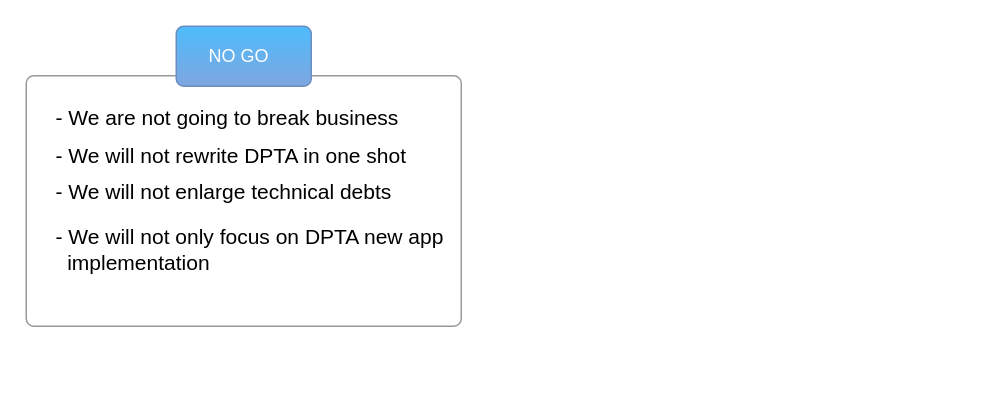
Above: Untitled Diagram.drawio in zhangcaixia0526/zhangcaixia (draw.io), before the change. Source tidied: cells renumbered, new cells numbered last; positions are measured from the earlier drawing's top-left corner, leaving out a move shared by most shapes. Both pictures are drawn from the tidied source at 150%, with x=0, y=0 at pixel (26, 26).
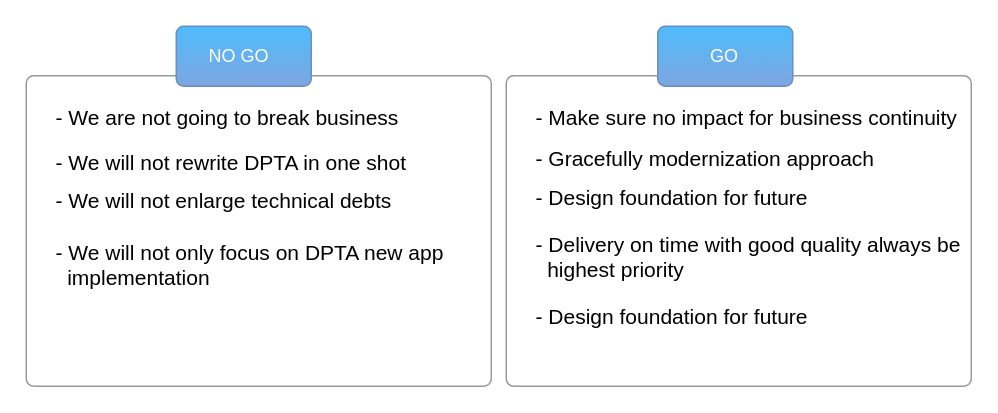
The same diagram, later.

The edit, as a diff of the source:
```diff
@@
 <mxGraphModel>
   <root>
     <mxCell id="0" />
     <mxCell id="1" parent="0" />
     <mxCell id="2" style="html=1;shadow=0;dashed=0;shape=mxgraph.bootstrap.rrect;rSize=5;fillColor=#ffffff;strokeColor=#999999;" parent="1" vertex="1">
-      <mxGeometry y="33" width="290" height="167" as="geometry" />
+      <mxGeometry y="33" width="310" height="207" as="geometry" />
     </mxCell>
     <mxCell id="3" value="- We are not going to break business" style="fillColor=none;strokeColor=none;align=left;spacing=20;fontSize=14;" parent="2" vertex="1">
       <mxGeometry width="260" height="30" relative="1" as="geometry">
         <mxPoint y="12" as="offset" />
       </mxGeometry>
     </mxCell>
     <mxCell id="4" value="- We will not rewrite DPTA in one shot" style="fillColor=none;strokeColor=none;align=left;spacing=20;fontSize=14;" parent="2" vertex="1">
-      <mxGeometry y="37.6" width="167.6" height="30" as="geometry" />
+      <mxGeometry y="39.8" width="179.1" height="35.1" as="geometry" />
     </mxCell>
     <mxCell id="5" value="- We will not enlarge technical debts" style="fillColor=none;strokeColor=none;align=left;spacing=20;fontSize=14;" parent="2" vertex="1">
-      <mxGeometry y="61.7" width="167.6" height="30" as="geometry" />
+      <mxGeometry y="65.4" width="179.1" height="35.1" as="geometry" />
     </mxCell>
     <mxCell id="6" value="- We will not only focus on DPTA new app&#10;  implementation " style="fillColor=none;strokeColor=none;align=left;spacing=20;fontSize=14;" parent="2" vertex="1">
-      <mxGeometry y="85.3" width="180.4" height="60" as="geometry" />
+      <mxGeometry y="90.4" width="192.9" height="70.2" as="geometry" />
     </mxCell>
     <mxCell id="7" value="&amp;nbsp; &amp;nbsp;NO GO" style="html=1;shadow=0;dashed=0;shape=mxgraph.bootstrap.rrect;rSize=5;strokeColor=#6c8ebf;strokeWidth=1;fillColor=#4EBCFC;whiteSpace=wrap;align=left;verticalAlign=middle;fontStyle=0;fontSize=12;spacingLeft=10;gradientColor=#7ea6e0;fontColor=#FFFFFF;" parent="1" vertex="1">
       <mxGeometry x="100" width="90" height="40" as="geometry" />
     </mxCell>
+    <mxCell id="8" style="html=1;shadow=0;dashed=0;shape=mxgraph.bootstrap.rrect;rSize=5;fillColor=#ffffff;strokeColor=#999999;" parent="1" vertex="1">
+      <mxGeometry x="320" y="33" width="310" height="207" as="geometry" />
+    </mxCell>
+    <mxCell id="9" value="- Make sure no impact for business continuity" style="fillColor=none;strokeColor=none;align=left;spacing=20;fontSize=14;" parent="8" vertex="1">
+      <mxGeometry width="260" height="30" relative="1" as="geometry">
+        <mxPoint y="12" as="offset" />
+      </mxGeometry>
+    </mxCell>
+    <mxCell id="10" value="- Gracefully modernization approach" style="fillColor=none;strokeColor=none;align=left;spacing=20;fontSize=14;" parent="8" vertex="1">
+      <mxGeometry y="39.8" width="179.1" height="30" as="geometry" />
+    </mxCell>
+    <mxCell id="11" value="- Design foundation for future" style="fillColor=none;strokeColor=none;align=left;spacing=20;fontSize=14;" parent="8" vertex="1">
+      <mxGeometry y="65.4" width="179.1" height="30" as="geometry" />
+    </mxCell>
+    <mxCell id="12" value="- Delivery on time with good quality always be &#10;  highest priority" style="fillColor=none;strokeColor=none;align=left;spacing=20;fontSize=14;" parent="8" vertex="1">
+      <mxGeometry y="90.4" width="192.9" height="60" as="geometry" />
+    </mxCell>
+    <mxCell id="13" value="- Design foundation for future" style="fillColor=none;strokeColor=none;align=left;spacing=20;fontSize=14;" parent="8" vertex="1">
+      <mxGeometry y="144.8" width="179.1" height="30" as="geometry" />
+    </mxCell>
+    <mxCell id="14" value="&amp;nbsp; &amp;nbsp; &amp;nbsp; &amp;nbsp;GO" style="html=1;shadow=0;dashed=0;shape=mxgraph.bootstrap.rrect;rSize=5;strokeColor=#6c8ebf;strokeWidth=1;fillColor=#4EBCFC;whiteSpace=wrap;align=left;verticalAlign=middle;fontStyle=0;fontSize=12;spacingLeft=10;gradientColor=#7ea6e0;fontColor=#FFFFFF;" parent="1" vertex="1">
+      <mxGeometry x="421" width="90" height="40" as="geometry" />
+    </mxCell>
   </root>
 </mxGraphModel>
```
